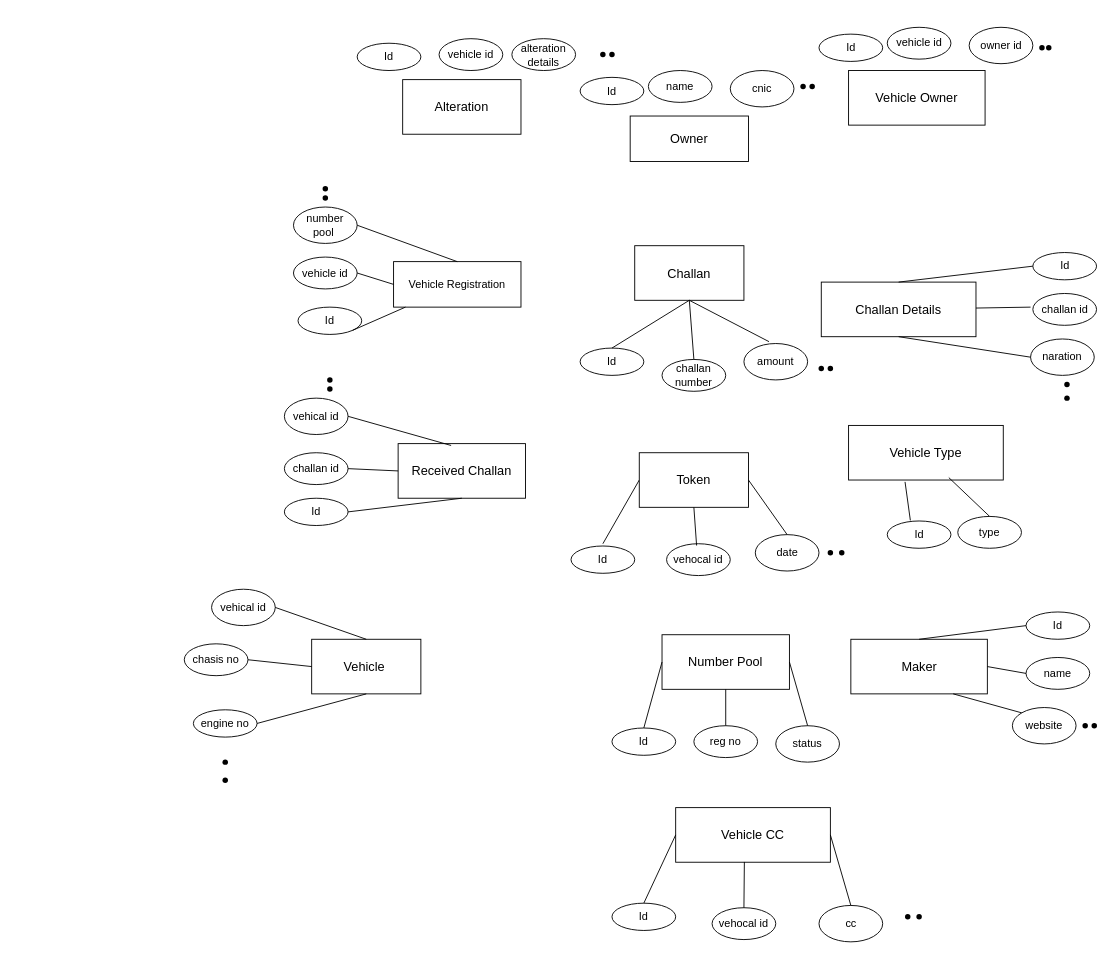
This is Untitled Diagram.drawio from MunawarJohar/Projects_Diagrams, a draw.io file, before an edit. Source tidied: cells renumbered, new cells numbered last; positions are measured from the earlier drawing's top-left corner, leaving out a move shared by most shapes. Both pictures are drawn from the tidied source at 91%, with x=0, y=0 at pixel (184, 26).
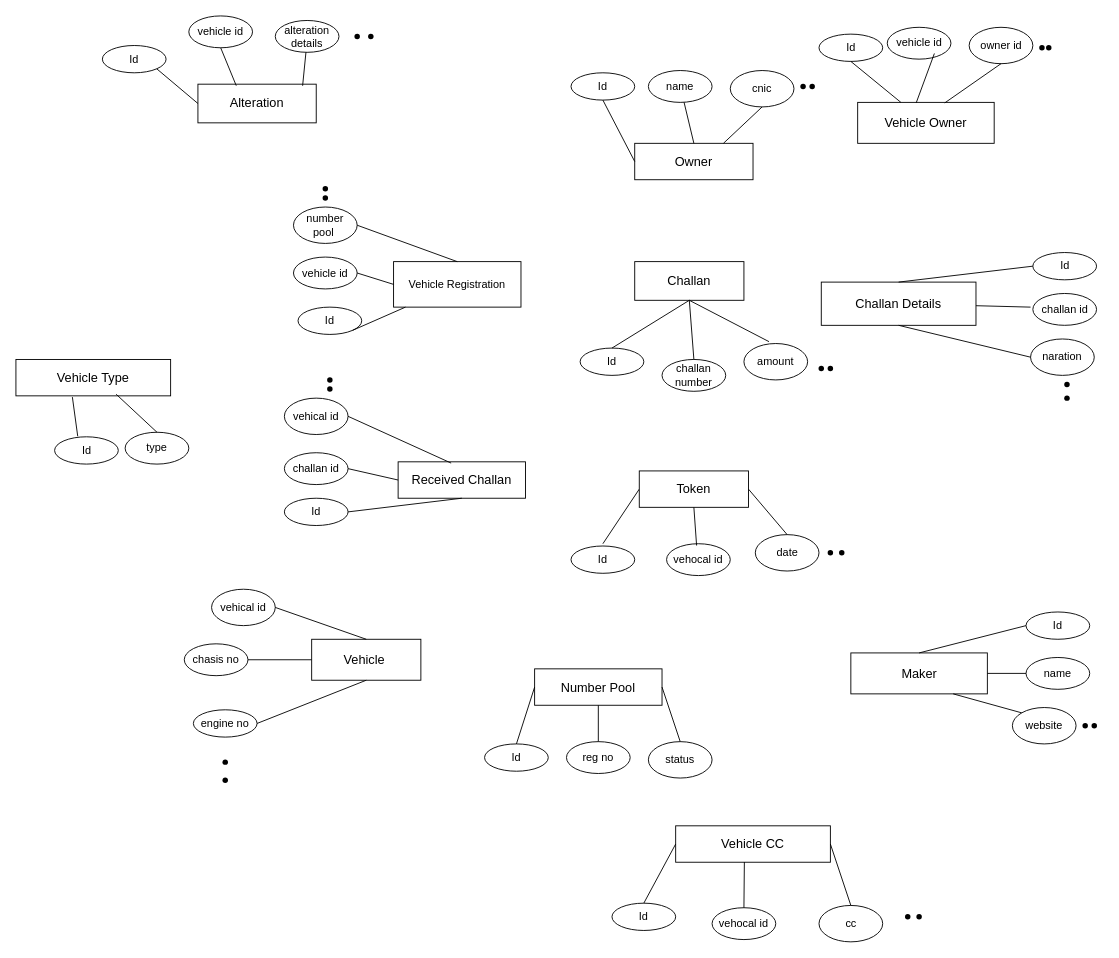
After the change.

Unchanged cells that the change refers to:
```xml
<mxCell id="19" value="name" style="ellipse;whiteSpace=wrap;html=1;align=center;" parent="1" vertex="1">
  <mxGeometry x="510" y="48" width="70" height="35" as="geometry" />
</mxCell>
<mxCell id="20" value="cnic" style="ellipse;whiteSpace=wrap;html=1;align=center;" parent="1" vertex="1">
  <mxGeometry x="600" y="48" width="70" height="40" as="geometry" />
</mxCell>
<mxCell id="23" value="Id" style="ellipse;whiteSpace=wrap;html=1;align=center;" parent="1" vertex="1">
  <mxGeometry x="697.5" y="8" width="70" height="30" as="geometry" />
</mxCell>
<mxCell id="24" value="vehicle id" style="ellipse;whiteSpace=wrap;html=1;align=center;" parent="1" vertex="1">
  <mxGeometry x="772.5" y="0.5" width="70" height="35" as="geometry" />
</mxCell>
<mxCell id="25" value="owner id" style="ellipse;whiteSpace=wrap;html=1;align=center;" parent="1" vertex="1">
  <mxGeometry x="862.5" y="0.5" width="70" height="40" as="geometry" />
</mxCell>
```

Diff of the diagram source:
```diff
@@
     <mxCell id="2" value="&lt;font style=&quot;font-size: 14px;&quot;&gt;Alteration&lt;/font&gt;" style="rounded=0;whiteSpace=wrap;html=1;" parent="1" vertex="1">
-      <mxGeometry x="240" y="58" width="130" height="60" as="geometry" />
+      <mxGeometry x="15" y="63" width="130" height="42.5" as="geometry" />
     </mxCell>
     <mxCell id="3" value="&lt;span style=&quot;font-size: 14px;&quot;&gt;Owner&lt;/span&gt;" style="rounded=0;whiteSpace=wrap;html=1;" parent="1" vertex="1">
-      <mxGeometry x="490" y="98" width="130" height="50" as="geometry" />
+      <mxGeometry x="495" y="128" width="130" height="40" as="geometry" />
     </mxCell>
     <mxCell id="4" value="&lt;font style=&quot;font-size: 14px;&quot;&gt;Vehicle Owner&lt;/font&gt;" style="rounded=0;whiteSpace=wrap;html=1;" parent="1" vertex="1">
-      <mxGeometry x="730" y="48" width="150" height="60" as="geometry" />
+      <mxGeometry x="740" y="83" width="150" height="45" as="geometry" />
     </mxCell>
@@
     <mxCell id="6" value="&lt;span style=&quot;font-size: 14px;&quot;&gt;Challan&lt;/span&gt;" style="rounded=0;whiteSpace=wrap;html=1;" parent="1" vertex="1">
-      <mxGeometry x="495" y="240.5" width="120" height="60" as="geometry" />
+      <mxGeometry x="495" y="258" width="120" height="42.5" as="geometry" />
     </mxCell>
     <mxCell id="7" value="&lt;span style=&quot;font-size: 14px;&quot;&gt;Challan Details&lt;/span&gt;" style="rounded=0;whiteSpace=wrap;html=1;" parent="1" vertex="1">
-      <mxGeometry x="700" y="280.5" width="170" height="60" as="geometry" />
+      <mxGeometry x="700" y="280.5" width="170" height="47.5" as="geometry" />
     </mxCell>
     <mxCell id="8" value="&lt;span style=&quot;font-size: 14px;&quot;&gt;Received Challan&lt;/span&gt;" style="rounded=0;whiteSpace=wrap;html=1;" parent="1" vertex="1">
-      <mxGeometry x="235" y="458" width="140" height="60" as="geometry" />
+      <mxGeometry x="235" y="478" width="140" height="40" as="geometry" />
     </mxCell>
     <mxCell id="9" value="&lt;span style=&quot;font-size: 14px;&quot;&gt;Vehicle Type&lt;/span&gt;" style="rounded=0;whiteSpace=wrap;html=1;" parent="1" vertex="1">
-      <mxGeometry x="730" y="438" width="170" height="60" as="geometry" />
+      <mxGeometry x="-185" y="365.5" width="170" height="40" as="geometry" />
     </mxCell>
     <mxCell id="10" value="&lt;span style=&quot;font-size: 14px;&quot;&gt;Vehicle&amp;nbsp;&lt;/span&gt;" style="rounded=0;whiteSpace=wrap;html=1;" parent="1" vertex="1">
-      <mxGeometry x="140" y="673" width="120" height="60" as="geometry" />
+      <mxGeometry x="140" y="673" width="120" height="45" as="geometry" />
     </mxCell>
     <mxCell id="11" value="&lt;span style=&quot;font-size: 14px;&quot;&gt;Number Pool&lt;/span&gt;" style="rounded=0;whiteSpace=wrap;html=1;" parent="1" vertex="1">
-      <mxGeometry x="525" y="668" width="140" height="60" as="geometry" />
+      <mxGeometry x="385" y="705.5" width="140" height="40" as="geometry" />
     </mxCell>
     <mxCell id="12" value="&lt;span style=&quot;font-size: 14px;&quot;&gt;Maker&lt;/span&gt;" style="rounded=0;whiteSpace=wrap;html=1;" parent="1" vertex="1">
-      <mxGeometry x="732.5" y="673" width="150" height="60" as="geometry" />
+      <mxGeometry x="732.5" y="688" width="150" height="45" as="geometry" />
     </mxCell>
     <mxCell id="13" value="&lt;span style=&quot;font-size: 14px;&quot;&gt;Vehicle CC&lt;/span&gt;" style="rounded=0;whiteSpace=wrap;html=1;" parent="1" vertex="1">
-      <mxGeometry x="540" y="858" width="170" height="60" as="geometry" />
+      <mxGeometry x="540" y="878" width="170" height="40" as="geometry" />
     </mxCell>
     <mxCell id="14" value="Id" style="ellipse;whiteSpace=wrap;html=1;align=center;" parent="1" vertex="1">
-      <mxGeometry x="190" y="18" width="70" height="30" as="geometry" />
+      <mxGeometry x="-90" y="20.5" width="70" height="30" as="geometry" />
     </mxCell>
     <mxCell id="15" value="vehicle id" style="ellipse;whiteSpace=wrap;html=1;align=center;" parent="1" vertex="1">
-      <mxGeometry x="280" y="13" width="70" height="35" as="geometry" />
+      <mxGeometry x="5" y="-12" width="70" height="35" as="geometry" />
     </mxCell>
     <mxCell id="16" style="shape=waypoint;sketch=0;size=6;fillColor=none;perimeter=centerPerimeter;" parent="1" vertex="1">
-      <mxGeometry x="450" y="20.5" width="20" height="20" as="geometry" />
+      <mxGeometry x="195" y="0.5" width="20" height="20" as="geometry" />
     </mxCell>
     <mxCell id="17" style="shape=waypoint;sketch=0;size=6;fillColor=none;perimeter=centerPerimeter;" parent="1" vertex="1">
-      <mxGeometry x="460" y="20.5" width="20" height="20" as="geometry" />
+      <mxGeometry x="180" y="0.5" width="20" height="20" as="geometry" />
     </mxCell>
     <mxCell id="18" value="Id" style="ellipse;whiteSpace=wrap;html=1;align=center;" parent="1" vertex="1">
-      <mxGeometry x="435" y="55.5" width="70" height="30" as="geometry" />
+      <mxGeometry x="425" y="50.5" width="70" height="30" as="geometry" />
     </mxCell>
@@
     <mxCell id="52" value="alteration details" style="ellipse;whiteSpace=wrap;html=1;align=center;" parent="1" vertex="1">
-      <mxGeometry x="360" y="13" width="70" height="35" as="geometry" />
+      <mxGeometry x="100" y="-7" width="70" height="35" as="geometry" />
     </mxCell>
@@
     <mxCell id="60" value="Id" style="ellipse;whiteSpace=wrap;html=1;align=center;" parent="1" vertex="1">
-      <mxGeometry x="772.5" y="543" width="70" height="30" as="geometry" />
+      <mxGeometry x="-142.5" y="450.5" width="70" height="30" as="geometry" />
     </mxCell>
     <mxCell id="61" value="type" style="ellipse;whiteSpace=wrap;html=1;align=center;" parent="1" vertex="1">
-      <mxGeometry x="850" y="538" width="70" height="35" as="geometry" />
+      <mxGeometry x="-65" y="445.5" width="70" height="35" as="geometry" />
     </mxCell>
@@
     <mxCell id="72" value="Id" style="ellipse;whiteSpace=wrap;html=1;align=center;" parent="1" vertex="1">
-      <mxGeometry x="470" y="770.5" width="70" height="30" as="geometry" />
+      <mxGeometry x="330" y="788" width="70" height="30" as="geometry" />
     </mxCell>
     <mxCell id="73" value="reg no" style="ellipse;whiteSpace=wrap;html=1;align=center;" parent="1" vertex="1">
-      <mxGeometry x="560" y="768" width="70" height="35" as="geometry" />
+      <mxGeometry x="420" y="785.5" width="70" height="35" as="geometry" />
     </mxCell>
     <mxCell id="74" value="status" style="ellipse;whiteSpace=wrap;html=1;align=center;" parent="1" vertex="1">
-      <mxGeometry x="650" y="768" width="70" height="40" as="geometry" />
+      <mxGeometry x="510" y="785.5" width="70" height="40" as="geometry" />
     </mxCell>
@@
     <mxCell id="92" value="&lt;span style=&quot;font-size: 14px;&quot;&gt;Token&lt;/span&gt;" style="rounded=0;whiteSpace=wrap;html=1;" parent="1" vertex="1">
-      <mxGeometry x="500" y="468" width="120" height="60" as="geometry" />
+      <mxGeometry x="500" y="488" width="120" height="40" as="geometry" />
     </mxCell>
@@
+    <mxCell id="106" style="endArrow=none;html=1;rounded=0;entryX=1;entryY=1;entryDx=0;entryDy=0;exitX=0;exitY=0.5;exitDx=0;exitDy=0;" parent="1" edge="1" source="2" target="14">
+      <mxGeometry relative="1" as="geometry" />
+    </mxCell>
+    <mxCell id="107" style="endArrow=none;html=1;rounded=0;entryX=0.5;entryY=1;entryDx=0;entryDy=0;exitX=0.324;exitY=0.039;exitDx=0;exitDy=0;exitPerimeter=0;" parent="1" edge="1" source="2" target="15">
+      <mxGeometry relative="1" as="geometry" />
+    </mxCell>
+    <mxCell id="108" style="endArrow=none;html=1;rounded=0;exitX=0.885;exitY=0.042;exitDx=0;exitDy=0;exitPerimeter=0;" parent="1" edge="1" source="2" target="52">
+      <mxGeometry relative="1" as="geometry" />
+    </mxCell>
+    <mxCell id="109" style="endArrow=none;html=1;rounded=0;entryX=0;entryY=0.5;entryDx=0;entryDy=0;exitX=0.5;exitY=1;exitDx=0;exitDy=0;" parent="1" edge="1" source="18" target="3">
+      <mxGeometry relative="1" as="geometry" />
+    </mxCell>
+    <mxCell id="110" style="endArrow=none;html=1;rounded=0;entryX=0.5;entryY=0;entryDx=0;entryDy=0;" parent="1" edge="1" source="19" target="3">
+      <mxGeometry relative="1" as="geometry" />
+    </mxCell>
+    <mxCell id="111" style="endArrow=none;html=1;rounded=0;exitX=0.5;exitY=1;exitDx=0;exitDy=0;" parent="1" edge="1" source="23" target="4">
+      <mxGeometry relative="1" as="geometry" />
+    </mxCell>
+    <mxCell id="112" style="endArrow=none;html=1;rounded=0;entryX=0.5;entryY=1;entryDx=0;entryDy=0;exitX=0.75;exitY=0;exitDx=0;exitDy=0;" parent="1" edge="1" source="3" target="20">
+      <mxGeometry relative="1" as="geometry" />
+    </mxCell>
+    <mxCell id="113" style="endArrow=none;html=1;rounded=0;entryX=0.74;entryY=0.822;entryDx=0;entryDy=0;entryPerimeter=0;exitX=0.429;exitY=0.01;exitDx=0;exitDy=0;exitPerimeter=0;" parent="1" edge="1" source="4" target="24">
+      <mxGeometry relative="1" as="geometry" />
+    </mxCell>
+    <mxCell id="114" style="endArrow=none;html=1;rounded=0;entryX=0.5;entryY=1;entryDx=0;entryDy=0;exitX=0.638;exitY=0.013;exitDx=0;exitDy=0;exitPerimeter=0;" parent="1" edge="1" source="4" target="25">
+      <mxGeometry relative="1" as="geometry" />
+    </mxCell>
```
